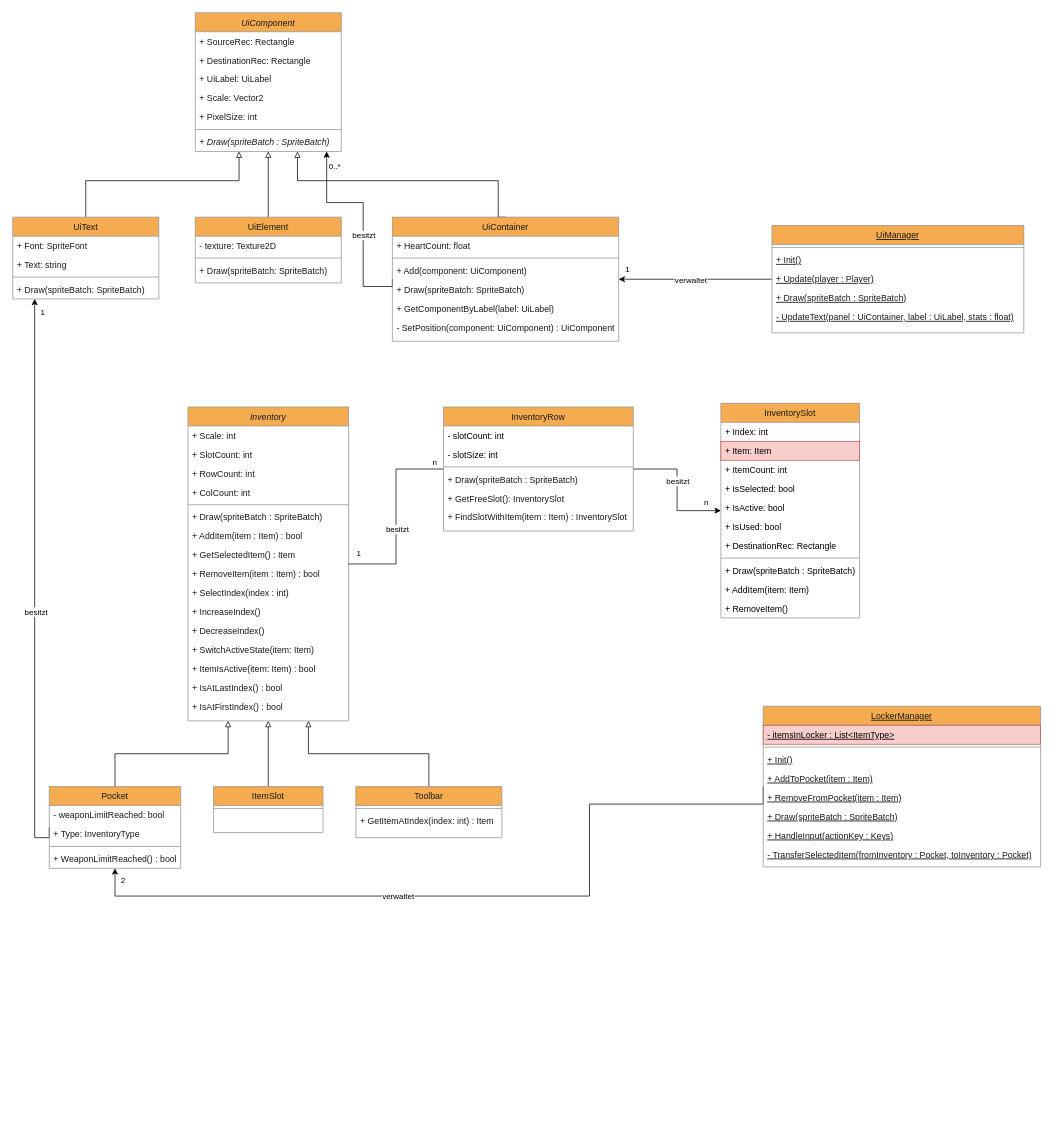
plab-inc/ECS2022_23 keeps this draw.io diagram as page "Ui-Locker-Beziehungen" (4 of 4) of UML_Diagramm.drawio. Above is the earlier version. Source tidied: cells renumbered, new cells numbered last; positions are measured from the earlier drawing's top-left corner, leaving out a move shared by most shapes. Both pictures are drawn from the tidied source at 73%, with x=0, y=0 at pixel (12, 12).
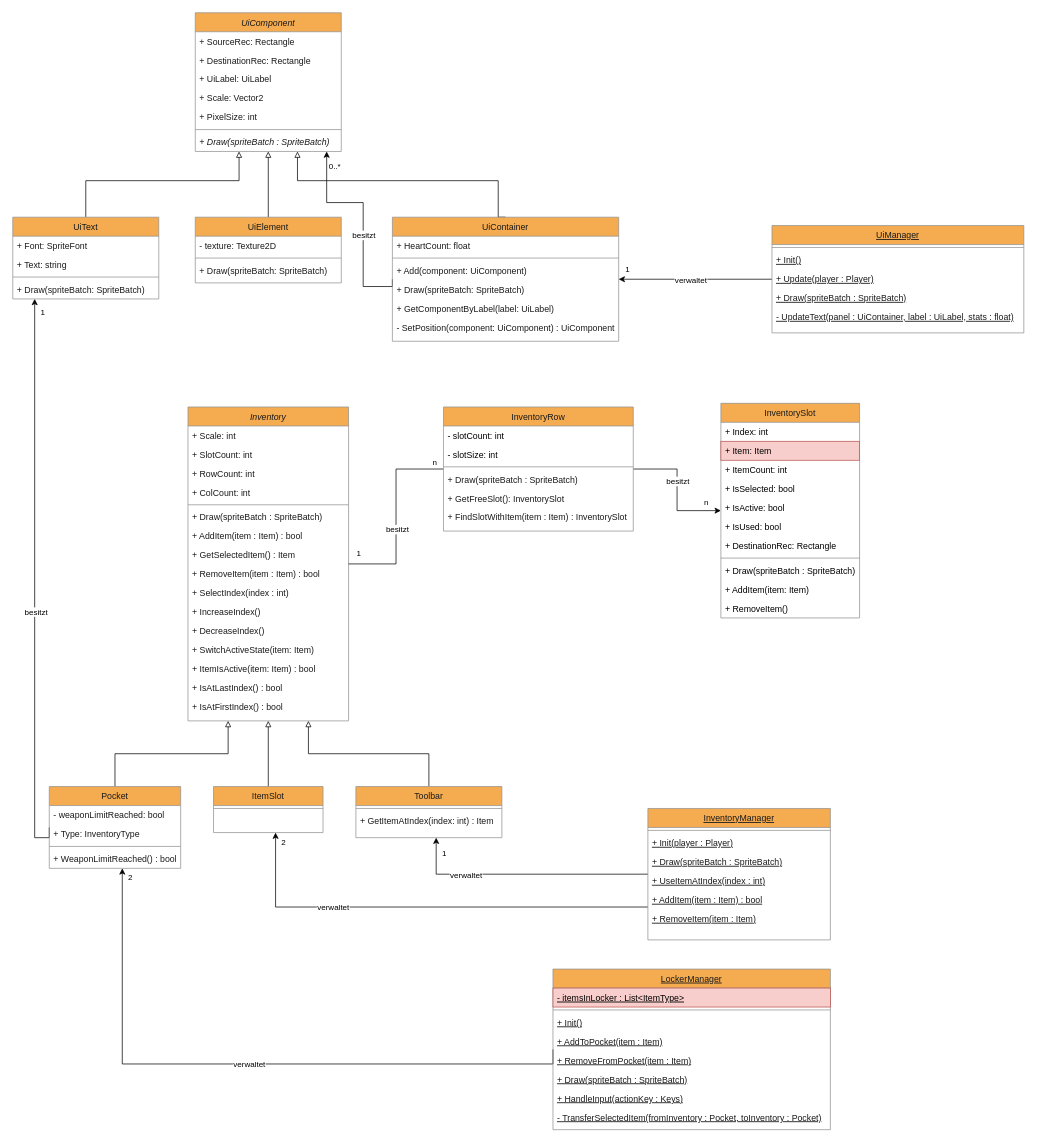
The same page after the edit.

Unchanged cells that the change refers to:
```xml
<mxCell id="85" value="ItemSlot" style="swimlane;fontStyle=0;align=center;verticalAlign=top;horizontal=1;startSize=26;rounded=0;shadow=0;strokeWidth=1;labelBackgroundColor=none;fillColor=#F5AB50;strokeColor=#909090;fontColor=#1A1A1A;" parent="1" vertex="1">
  <mxGeometry x="275" y="1060" width="150" height="63" as="geometry" />
</mxCell>
<mxCell id="91" value="Pocket" style="swimlane;fontStyle=0;align=center;verticalAlign=top;horizontal=1;startSize=26;rounded=0;shadow=0;strokeWidth=1;labelBackgroundColor=none;fillColor=#F5AB50;strokeColor=#909090;fontColor=#1A1A1A;" parent="1" vertex="1">
  <mxGeometry x="50" y="1060" width="180" height="112" as="geometry" />
</mxCell>
<mxCell id="97" value="Toolbar" style="swimlane;fontStyle=0;align=center;verticalAlign=top;horizontal=1;startSize=26;rounded=0;shadow=0;strokeWidth=1;labelBackgroundColor=none;fillColor=#F5AB50;strokeColor=#909090;fontColor=#1A1A1A;" parent="1" vertex="1">
  <mxGeometry x="470" y="1060" width="200" height="70" as="geometry" />
</mxCell>
```

What changed in the source:
```diff
@@
     <mxCell id="100" style="edgeStyle=orthogonalEdgeStyle;rounded=0;jettySize=auto;html=1;exitX=0;exitY=0.5;exitDx=0;exitDy=0;startArrow=none;startFill=0;endArrow=classic;endFill=1;" parent="1" edge="1" source="103" target="91">
       <mxGeometry relative="1" as="geometry">
         <Array as="points">
-          <mxPoint x="790" y="1084" />
-          <mxPoint x="790" y="1210" />
-          <mxPoint x="140" y="1210" />
+          <mxPoint x="150" y="1440" />
         </Array>
       </mxGeometry>
     </mxCell>
     <mxCell id="101" value="verwaltet" style="edgeLabel;html=1;align=center;verticalAlign=middle;" parent="100" vertex="1">
-      <mxGeometry x="0.21" y="-1" relative="1" as="geometry" />
+      <mxGeometry x="0.21" y="-1" relative="1" as="geometry">
+        <mxPoint x="94" y="1" as="offset" />
+      </mxGeometry>
     </mxCell>
@@
     <mxCell id="103" value="LockerManager" style="swimlane;fontStyle=4;align=center;verticalAlign=top;horizontal=1;startSize=26;rounded=0;shadow=0;strokeWidth=1;labelBackgroundColor=none;fillColor=#F5AB50;strokeColor=#909090;fontColor=#1A1A1A;" parent="1" vertex="1">
-      <mxGeometry x="1028" y="950" width="380" height="220" as="geometry" />
+      <mxGeometry x="740" y="1310" width="380" height="220" as="geometry" />
     </mxCell>
@@
+    <mxCell id="112" style="edgeStyle=orthogonalEdgeStyle;rounded=0;jettySize=auto;html=1;exitX=0;exitY=0.5;exitDx=0;exitDy=0;startArrow=none;startFill=0;endArrow=classic;endFill=1;" parent="1" edge="1" source="118" target="97">
+      <mxGeometry relative="1" as="geometry">
+        <Array as="points">
+          <mxPoint x="580" y="1180" />
+        </Array>
+      </mxGeometry>
+    </mxCell>
+    <mxCell id="113" value="verwaltet" style="edgeLabel;html=1;align=center;verticalAlign=middle;" parent="112" vertex="1">
+      <mxGeometry x="0.47" y="1" relative="1" as="geometry" />
+    </mxCell>
+    <mxCell id="114" value="1" style="edgeLabel;html=1;align=center;verticalAlign=middle;" parent="112" vertex="1">
+      <mxGeometry x="0.91" y="-1" relative="1" as="geometry">
+        <mxPoint x="9" y="5" as="offset" />
+      </mxGeometry>
+    </mxCell>
+    <mxCell id="115" style="edgeStyle=orthogonalEdgeStyle;rounded=0;jettySize=auto;html=1;exitX=0;exitY=0.75;exitDx=0;exitDy=0;startArrow=none;startFill=0;endArrow=classic;endFill=1;" parent="1" edge="1" source="118" target="85">
+      <mxGeometry relative="1" as="geometry">
+        <Array as="points">
+          <mxPoint x="360" y="1225" />
+        </Array>
+      </mxGeometry>
+    </mxCell>
+    <mxCell id="116" value="verwaltet" style="edgeLabel;html=1;align=center;verticalAlign=middle;" parent="115" vertex="1">
+      <mxGeometry x="0.62" y="3" relative="1" as="geometry">
+        <mxPoint x="64" y="-4" as="offset" />
+      </mxGeometry>
+    </mxCell>
+    <mxCell id="117" value="2" style="edgeLabel;html=1;align=center;verticalAlign=middle;" parent="115" vertex="1">
+      <mxGeometry x="0.96" y="1" relative="1" as="geometry">
+        <mxPoint x="11" as="offset" />
+      </mxGeometry>
+    </mxCell>
+    <mxCell id="118" value="InventoryManager" style="swimlane;fontStyle=4;align=center;verticalAlign=top;horizontal=1;startSize=26;rounded=0;shadow=0;strokeWidth=1;labelBackgroundColor=none;fillColor=#F5AB50;strokeColor=#909090;fontColor=#1A1A1A;" parent="1" vertex="1">
+      <mxGeometry x="870" y="1090" width="250" height="180" as="geometry" />
+    </mxCell>
+    <mxCell id="119" style="line;html=1;strokeWidth=1;align=left;verticalAlign=middle;spacingTop=-1;spacingLeft=3;spacingRight=3;labelPosition=right;labelBackgroundColor=none;fillColor=#F5AB50;strokeColor=#909090;fontColor=#1A1A1A;" parent="118" vertex="1">
+      <mxGeometry y="26" width="250" height="8" as="geometry" />
+    </mxCell>
+    <mxCell id="120" value="+ Init(player : Player)" style="text;align=left;verticalAlign=top;spacingLeft=4;spacingRight=4;overflow=hidden;labelBackgroundColor=none;fontColor=#1A1A1A;fontStyle=4;" parent="118" vertex="1">
+      <mxGeometry y="34" width="250" height="26" as="geometry" />
+    </mxCell>
+    <mxCell id="121" value="+ Draw(spriteBatch : SpriteBatch)" style="text;align=left;verticalAlign=top;spacingLeft=4;spacingRight=4;overflow=hidden;labelBackgroundColor=none;fontColor=#1A1A1A;fontStyle=4;" parent="118" vertex="1">
+      <mxGeometry y="60" width="250" height="26" as="geometry" />
+    </mxCell>
+    <mxCell id="122" value="+ UseItemAtIndex(index : int)" style="text;align=left;verticalAlign=top;spacingLeft=4;spacingRight=4;overflow=hidden;labelBackgroundColor=none;fontColor=#1A1A1A;fontStyle=4;" parent="118" vertex="1">
+      <mxGeometry y="86" width="250" height="26" as="geometry" />
+    </mxCell>
+    <mxCell id="123" value="+ AddItem(item : Item) : bool" style="text;align=left;verticalAlign=top;spacingLeft=4;spacingRight=4;overflow=hidden;labelBackgroundColor=none;fontColor=#1A1A1A;fontStyle=4;" parent="118" vertex="1">
+      <mxGeometry y="112" width="250" height="26" as="geometry" />
+    </mxCell>
+    <mxCell id="124" value="+ RemoveItem(item : Item)" style="text;align=left;verticalAlign=top;spacingLeft=4;spacingRight=4;overflow=hidden;labelBackgroundColor=none;fontColor=#1A1A1A;fontStyle=4;" parent="118" vertex="1">
+      <mxGeometry y="138" width="250" height="26" as="geometry" />
+    </mxCell>
```
